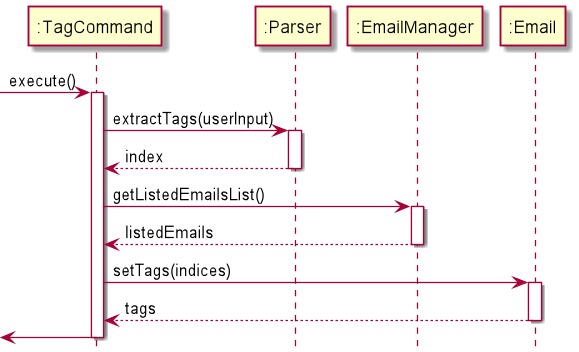
Before: docs/Sequence Diagrams/TagSequenceDiagram.png, a diagram exported from PlantUML (yanli1215/tp).
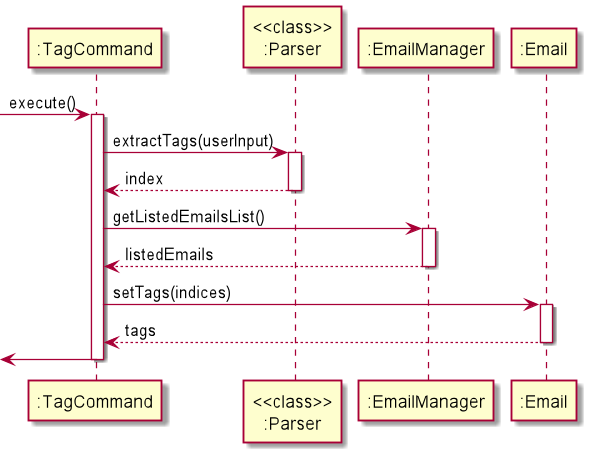
After the commit.

Diff of the diagram source:
```diff
@@ -1,7 +1,7 @@
 @startuml
 
 participant ":TagCommand" as TagCommand
-participant ":Parser" as Parser
+participant "<<class>>\n:Parser" as Parser
 participant ":EmailManager" as EmailManager
 participant ":Email" as Email
 
```
